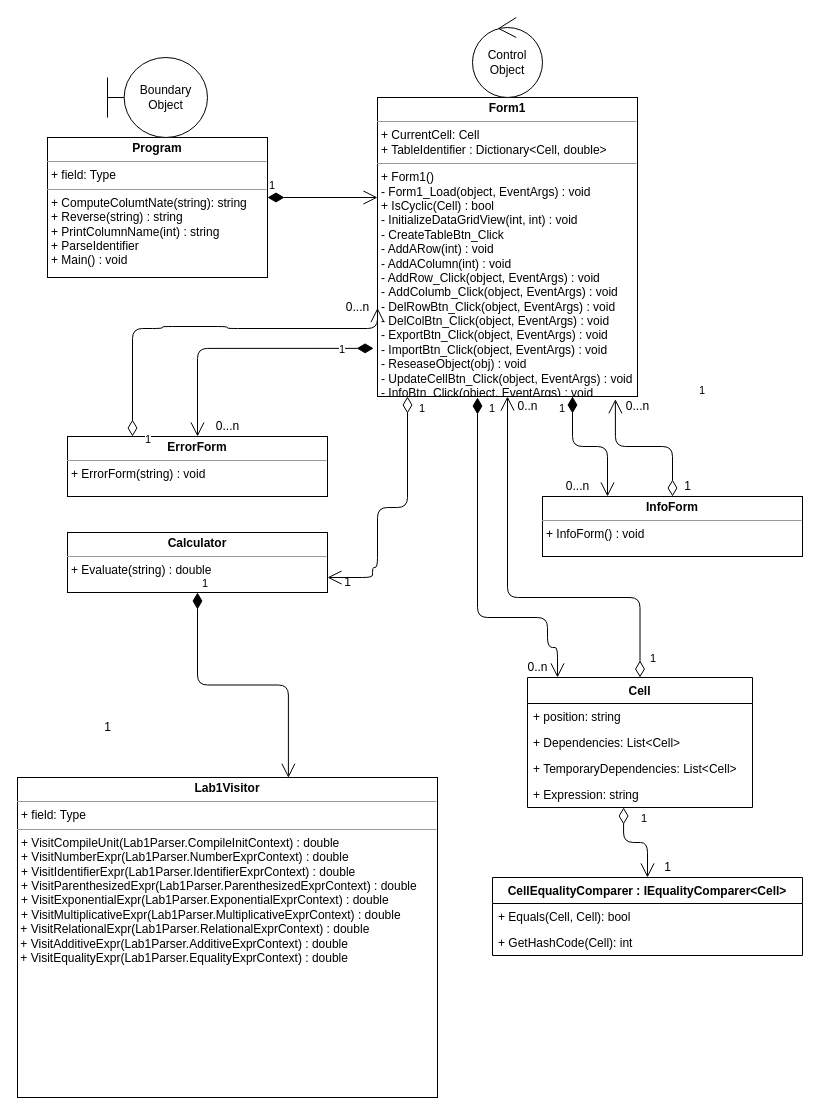
The draw.io diagram ClassDiagram.drawio in pashokred/mini_spreadsheet, before the edit. Source tidied: cells renumbered, new cells numbered last; positions are measured from the earlier drawing's top-left corner, leaving out a move shared by most shapes. Both pictures are drawn from the tidied source at 100%, with x=0, y=0 at pixel (17, 17).
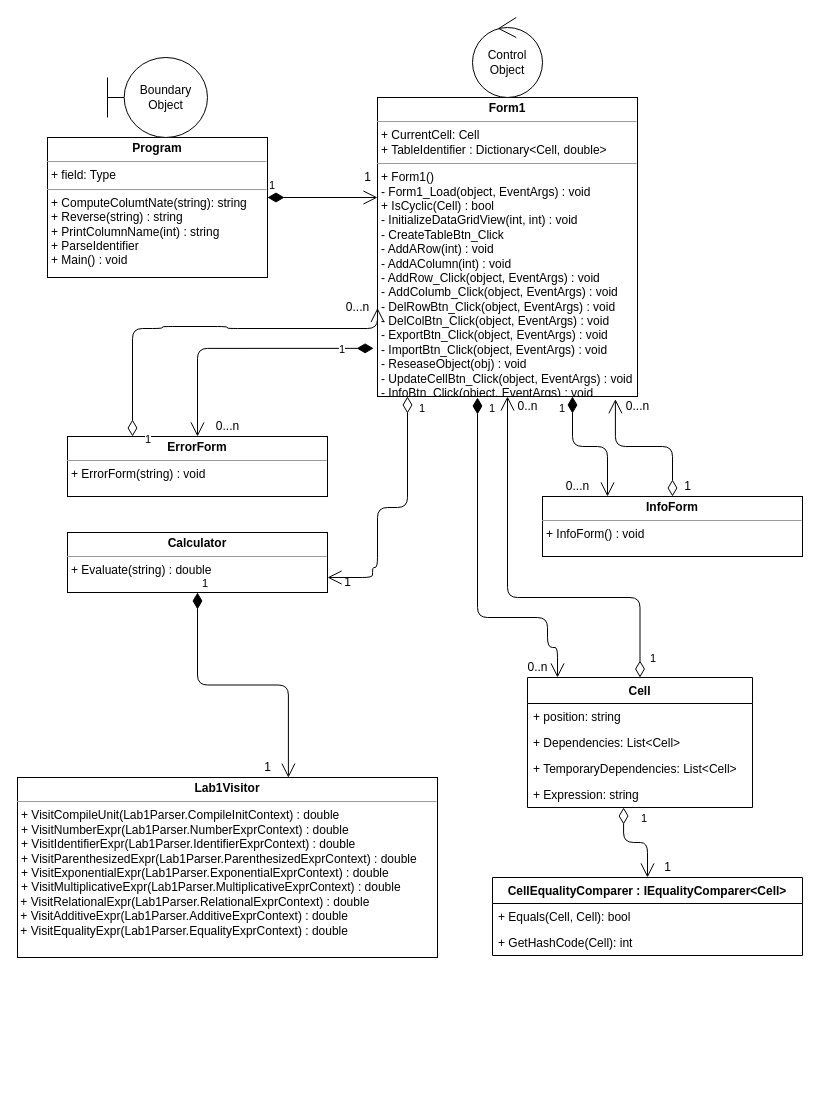
The same page after the edit.

Unchanged cells that the change refers to:
```xml
<mxCell id="3" value="&lt;p style=&quot;margin: 0px ; margin-top: 4px ; text-align: center&quot;&gt;&lt;b&gt;Form1&lt;/b&gt;&lt;/p&gt;&lt;hr size=&quot;1&quot;&gt;&lt;p style=&quot;margin: 0px ; margin-left: 4px&quot;&gt;+ CurrentCell: Cell&lt;/p&gt;&lt;p style=&quot;margin: 0px ; margin-left: 4px&quot;&gt;+ TableIdentifier : Dictionary&amp;lt;Cell, double&amp;gt;&lt;/p&gt;&lt;hr size=&quot;1&quot;&gt;&lt;p style=&quot;margin: 0px ; margin-left: 4px&quot;&gt;+ Form1()&lt;/p&gt;&lt;p style=&quot;margin: 0px ; margin-left: 4px&quot;&gt;&lt;span&gt;- Form1_Load(object, EventArgs) : void&lt;/span&gt;&lt;/p&gt;&lt;p style=&quot;margin: 0px ; margin-left: 4px&quot;&gt;&lt;span&gt;+ IsCyclic(Cell) : bool&lt;/span&gt;&lt;/p&gt;&lt;p style=&quot;margin: 0px ; margin-left: 4px&quot;&gt;- InitializeDataGridView(int, int) : void&lt;/p&gt;&lt;p style=&quot;margin: 0px ; margin-left: 4px&quot;&gt;- CreateTableBtn_Click&lt;/p&gt;&lt;p style=&quot;margin: 0px ; margin-left: 4px&quot;&gt;- AddARow(int) : void&lt;/p&gt;&lt;p style=&quot;margin: 0px ; margin-left: 4px&quot;&gt;- AddAColumn(int) : void&lt;/p&gt;&lt;p style=&quot;margin: 0px ; margin-left: 4px&quot;&gt;- AddRow_Click(object, EventArgs) : void&lt;/p&gt;&lt;p style=&quot;margin: 0px ; margin-left: 4px&quot;&gt;-&amp;nbsp;&lt;span&gt;AddColumb_Click(object, EventArgs) : void&lt;/span&gt;&lt;/p&gt;&lt;div&gt;&lt;p style=&quot;margin: 0px 0px 0px 4px&quot;&gt;- DelRowBtn_Click(object, EventArgs) : void&lt;/p&gt;&lt;/div&gt;&lt;div&gt;&lt;div&gt;&lt;p style=&quot;margin: 0px 0px 0px 4px&quot;&gt;- DelColBtn_Click(object, EventArgs) : void&lt;/p&gt;&lt;p style=&quot;margin: 0px 0px 0px 4px&quot;&gt;- ExportBtn_Click(object, EventArgs) : void&lt;/p&gt;&lt;p style=&quot;margin: 0px 0px 0px 4px&quot;&gt;- ImportBtn_Click(object, EventArgs) : void&lt;br&gt;&lt;/p&gt;&lt;p style=&quot;margin: 0px 0px 0px 4px&quot;&gt;- ReseaseObject(obj) : void&lt;/p&gt;&lt;div&gt;&lt;p style=&quot;margin: 0px 0px 0px 4px&quot;&gt;- UpdateCellBtn_Click(object, EventArgs) : void&lt;/p&gt;&lt;div&gt;&lt;p style=&quot;margin: 0px 0px 0px 4px&quot;&gt;- InfoBtn_Click(object, EventArgs) : void&lt;/p&gt;&lt;/div&gt;&lt;div&gt;&lt;br&gt;&lt;/div&gt;&lt;/div&gt;&lt;div&gt;&lt;br&gt;&lt;/div&gt;&lt;/div&gt;&lt;div&gt;&lt;br&gt;&lt;/div&gt;&lt;/div&gt;&lt;p style=&quot;margin: 0px ; margin-left: 4px&quot;&gt;&lt;br&gt;&lt;/p&gt;" style="verticalAlign=top;align=left;overflow=fill;fontSize=12;fontFamily=Helvetica;html=1;" parent="1" vertex="1">
  <mxGeometry x="360" y="80" width="260" height="299" as="geometry" />
</mxCell>
<mxCell id="5" value="&lt;p style=&quot;margin: 0px ; margin-top: 4px ; text-align: center&quot;&gt;&lt;b&gt;InfoForm&lt;/b&gt;&lt;/p&gt;&lt;hr size=&quot;1&quot;&gt;&lt;p style=&quot;margin: 0px ; margin-left: 4px&quot;&gt;&lt;span&gt;+ InfoForm() : void&lt;/span&gt;&lt;/p&gt;&lt;div&gt;&lt;div&gt;&lt;br&gt;&lt;/div&gt;&lt;/div&gt;&lt;p style=&quot;margin: 0px ; margin-left: 4px&quot;&gt;&lt;br&gt;&lt;/p&gt;" style="verticalAlign=top;align=left;overflow=fill;fontSize=12;fontFamily=Helvetica;html=1;" parent="1" vertex="1">
  <mxGeometry x="525" y="479" width="260" height="60" as="geometry" />
</mxCell>
```

What changed in the source:
```diff
@@
-    <mxCell id="7" value="&lt;p style=&quot;margin: 0px ; margin-top: 4px ; text-align: center&quot;&gt;&lt;b&gt;Lab1Visitor&lt;/b&gt;&lt;/p&gt;&lt;hr size=&quot;1&quot;&gt;&lt;p style=&quot;margin: 0px ; margin-left: 4px&quot;&gt;+ field: Type&lt;/p&gt;&lt;hr size=&quot;1&quot;&gt;&lt;p style=&quot;margin: 0px ; margin-left: 4px&quot;&gt;+ VisitCompileUnit(Lab1Parser.CompileInitContext) : double&lt;/p&gt;&lt;p style=&quot;margin: 0px 0px 0px 4px&quot;&gt;+ VisitNumberExpr(Lab1Parser.NumberExprContext) : double&lt;/p&gt;&lt;p style=&quot;margin: 0px 0px 0px 4px&quot;&gt;+ VisitIdentifierExpr(Lab1Parser.IdentifierExprContext) : double&lt;/p&gt;&lt;p style=&quot;margin: 0px 0px 0px 4px&quot;&gt;+ VisitParenthesizedExpr(Lab1Parser.ParenthesizedExprContext) : double&lt;/p&gt;&lt;p style=&quot;margin: 0px 0px 0px 4px&quot;&gt;+ VisitExponentialExpr(Lab1Parser.ExponentialExprContext) : double&lt;/p&gt;&lt;p style=&quot;margin: 0px 0px 0px 4px&quot;&gt;+ VisitMultiplicativeExpr(Lab1Parser.MultiplicativeExprContext) : double&lt;/p&gt;&amp;nbsp;+ VisitRelationalExpr(Lab1Parser.RelationalExprContext) : double&lt;br class=&quot;Apple-interchange-newline&quot;&gt;&amp;nbsp;+ VisitAdditiveExpr(Lab1Parser.AdditiveExprContext) : double&lt;br&gt;&amp;nbsp;+ VisitEqualityExpr(Lab1Parser.EqualityExprContext) : double&lt;br&gt;&lt;div&gt;&lt;br&gt;&lt;/div&gt;&lt;div&gt;&lt;br&gt;&lt;/div&gt;&lt;div&gt;&lt;br&gt;&lt;/div&gt;&lt;div&gt;&lt;br&gt;&lt;/div&gt;" style="verticalAlign=top;align=left;overflow=fill;fontSize=12;fontFamily=Helvetica;html=1;" parent="1" vertex="1">
-      <mxGeometry y="760" width="420" height="320" as="geometry" />
+    <mxCell id="7" value="&lt;p style=&quot;margin: 0px ; margin-top: 4px ; text-align: center&quot;&gt;&lt;b&gt;Lab1Visitor&lt;/b&gt;&lt;/p&gt;&lt;hr size=&quot;1&quot;&gt;&lt;p style=&quot;margin: 0px ; margin-left: 4px&quot;&gt;+ VisitCompileUnit(Lab1Parser.CompileInitContext) : double&lt;/p&gt;&lt;p style=&quot;margin: 0px 0px 0px 4px&quot;&gt;+ VisitNumberExpr(Lab1Parser.NumberExprContext) : double&lt;/p&gt;&lt;p style=&quot;margin: 0px 0px 0px 4px&quot;&gt;+ VisitIdentifierExpr(Lab1Parser.IdentifierExprContext) : double&lt;/p&gt;&lt;p style=&quot;margin: 0px 0px 0px 4px&quot;&gt;+ VisitParenthesizedExpr(Lab1Parser.ParenthesizedExprContext) : double&lt;/p&gt;&lt;p style=&quot;margin: 0px 0px 0px 4px&quot;&gt;+ VisitExponentialExpr(Lab1Parser.ExponentialExprContext) : double&lt;/p&gt;&lt;p style=&quot;margin: 0px 0px 0px 4px&quot;&gt;+ VisitMultiplicativeExpr(Lab1Parser.MultiplicativeExprContext) : double&lt;/p&gt;&amp;nbsp;+ VisitRelationalExpr(Lab1Parser.RelationalExprContext) : double&lt;br class=&quot;Apple-interchange-newline&quot;&gt;&amp;nbsp;+ VisitAdditiveExpr(Lab1Parser.AdditiveExprContext) : double&lt;br&gt;&amp;nbsp;+ VisitEqualityExpr(Lab1Parser.EqualityExprContext) : double&lt;br&gt;&lt;div&gt;&lt;br&gt;&lt;/div&gt;&lt;div&gt;&lt;br&gt;&lt;/div&gt;&lt;div&gt;&lt;br&gt;&lt;/div&gt;&lt;div&gt;&lt;br&gt;&lt;/div&gt;" style="verticalAlign=top;align=left;overflow=fill;fontSize=12;fontFamily=Helvetica;html=1;" parent="1" vertex="1">
+      <mxGeometry y="760" width="420" height="180" as="geometry" />
     </mxCell>
@@
-    <mxCell id="14" value="1" style="endArrow=open;html=1;endSize=12;startArrow=diamondThin;startSize=14;startFill=0;edgeStyle=orthogonalEdgeStyle;align=left;verticalAlign=bottom;entryX=0.915;entryY=1.009;entryDx=0;entryDy=0;entryPerimeter=0;" parent="1" edge="1" source="5" target="3">
+    <mxCell id="14" style="endArrow=open;html=1;endSize=12;startArrow=diamondThin;startSize=14;startFill=0;edgeStyle=orthogonalEdgeStyle;align=left;verticalAlign=bottom;entryX=0.915;entryY=1.009;entryDx=0;entryDy=0;entryPerimeter=0;" parent="1" edge="1" source="5" target="3">
       <mxGeometry x="-0.35" y="-54" relative="1" as="geometry">
         <mxPoint x="25" y="7" as="offset" />
       </mxGeometry>
     </mxCell>
@@
     <mxCell id="22" value="1" style="text;html=1;align=center;verticalAlign=middle;" parent="1" vertex="1">
-      <mxGeometry x="80" y="700" width="20" height="20" as="geometry" />
+      <mxGeometry x="240" y="740" width="20" height="20" as="geometry" />
     </mxCell>
@@
+    <mxCell id="38" value="1" style="text;html=1;align=center;verticalAlign=middle;" parent="1" vertex="1">
+      <mxGeometry x="340" y="150" width="20" height="20" as="geometry" />
+    </mxCell>
```
